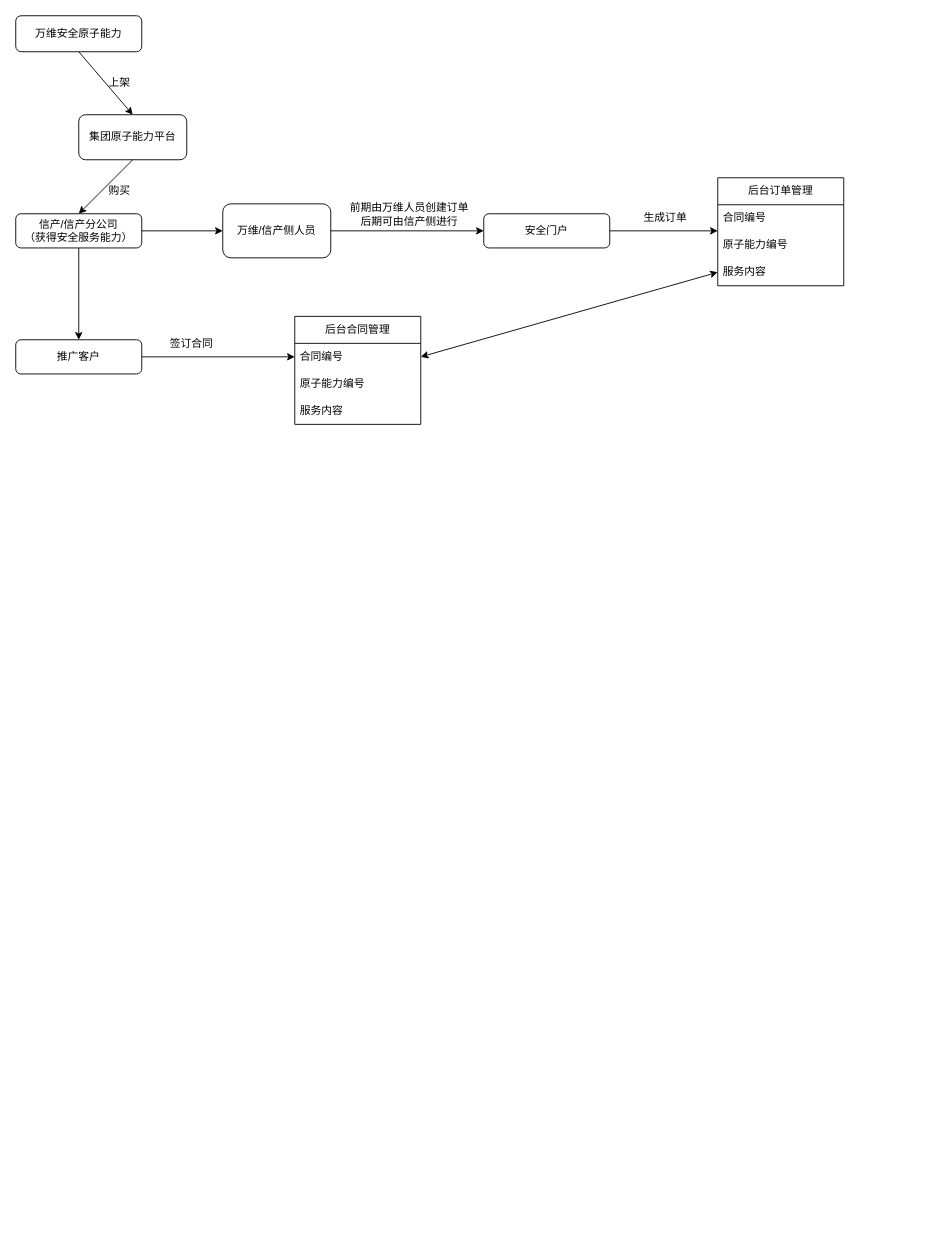
Earlier version of the draw.io diagram 流程图.drawio (LiuXiaHuu/lyb). Source tidied: cells renumbered, new cells numbered last; positions are measured from the earlier drawing's top-left corner, leaving out a move shared by most shapes. Both pictures are drawn from the tidied source at 90%, with x=0, y=0 at pixel (15, 15).
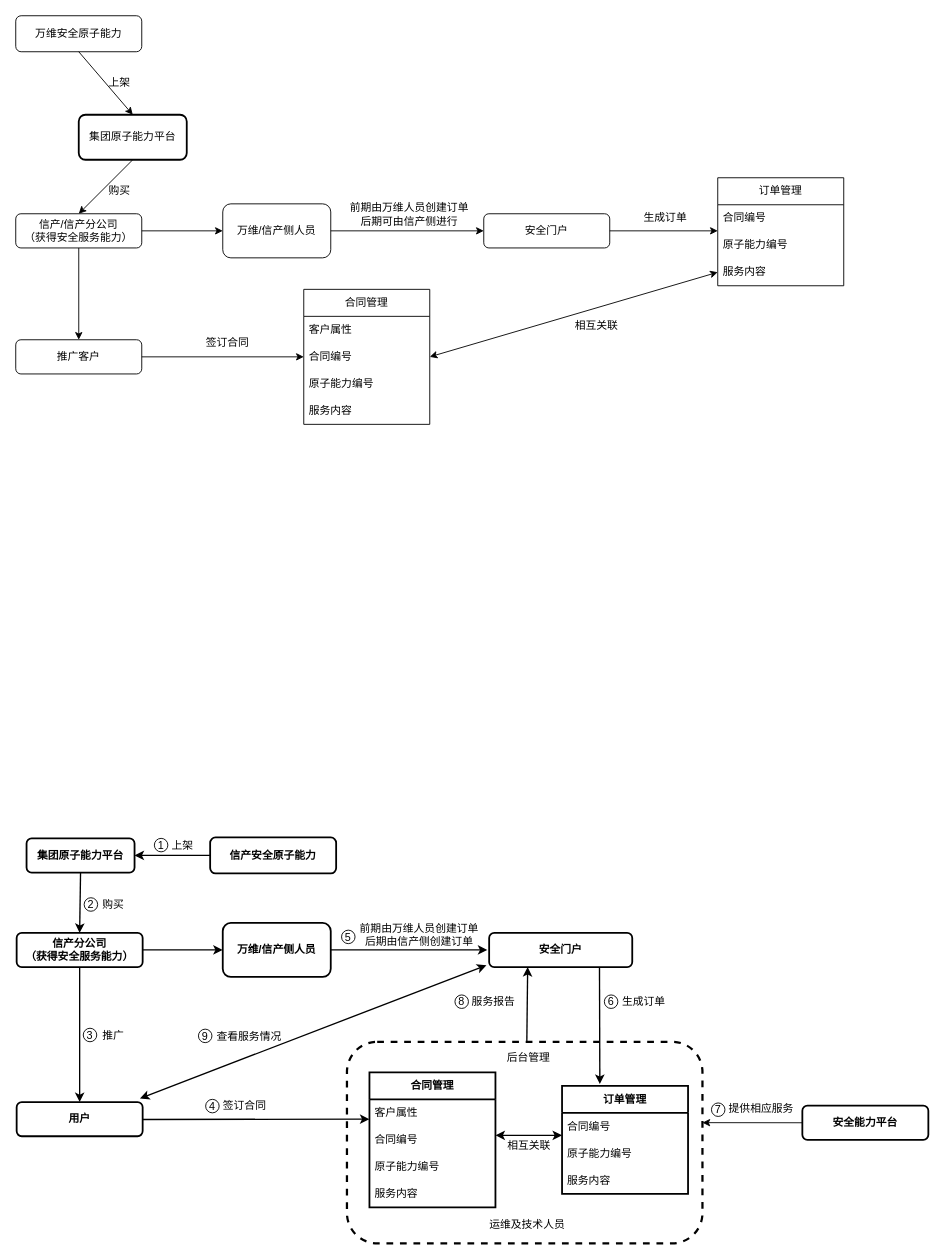
After the change.

Commit message:
更新流程图.drawio

Change to the diagram source:
```diff
@@
-    <mxCell id="2" value="集团原子能力平台" style="rounded=1;whiteSpace=wrap;html=1;" parent="1" vertex="1">
+    <mxCell id="2" value="集团原子能力平台" style="rounded=1;whiteSpace=wrap;html=1;strokeWidth=2;strokeColor=default;gradientColor=none;fillStyle=auto;" parent="1" vertex="1">
       <mxGeometry x="70" y="110" width="120" height="50" as="geometry" />
     </mxCell>
@@
-    <mxCell id="16" value="后台合同管理" style="swimlane;fontStyle=0;horizontal=1;startSize=30;whiteSpace=wrap;html=1;" parent="1" vertex="1">
-      <mxGeometry x="310" y="334" width="140" height="120" as="geometry" />
+    <mxCell id="16" value="合同管理" style="swimlane;fontStyle=0;horizontal=1;startSize=30;whiteSpace=wrap;html=1;" parent="1" vertex="1">
+      <mxGeometry x="320" y="304" width="140" height="150" as="geometry" />
     </mxCell>
+    <mxCell id="29" value="客户属性" style="text;strokeColor=none;fillColor=none;align=left;verticalAlign=middle;spacingLeft=4;spacingRight=4;overflow=hidden;whiteSpace=wrap;html=1;" parent="16" vertex="1">
+      <mxGeometry y="30" width="140" height="30" as="geometry" />
+    </mxCell>
     <mxCell id="17" value="合同编号" style="text;strokeColor=none;fillColor=none;align=left;verticalAlign=middle;spacingLeft=4;spacingRight=4;overflow=hidden;points=[[0,0.5],[1,0.5]];portConstraint=eastwest;whiteSpace=wrap;html=1;" parent="16" vertex="1">
-      <mxGeometry y="30" width="140" height="30" as="geometry" />
+      <mxGeometry y="60" width="140" height="30" as="geometry" />
     </mxCell>
     <mxCell id="18" value="原子能力编号" style="text;strokeColor=none;fillColor=none;align=left;verticalAlign=middle;spacingLeft=4;spacingRight=4;overflow=hidden;whiteSpace=wrap;html=1;" parent="16" vertex="1">
-      <mxGeometry y="60" width="140" height="30" as="geometry" />
+      <mxGeometry y="90" width="140" height="30" as="geometry" />
     </mxCell>
     <mxCell id="19" value="服务内容" style="text;strokeColor=none;fillColor=none;align=left;verticalAlign=middle;spacingLeft=4;spacingRight=4;overflow=hidden;whiteSpace=wrap;html=1;" parent="16" vertex="1">
-      <mxGeometry y="90" width="140" height="30" as="geometry" />
+      <mxGeometry y="120" width="140" height="30" as="geometry" />
     </mxCell>
     <mxCell id="20" value="签订合同" style="text;html=1;align=center;verticalAlign=middle;strokeColor=none;fillColor=none;" parent="1" vertex="1">
-      <mxGeometry x="160" y="350" width="70" height="30" as="geometry" />
+      <mxGeometry x="200" y="348" width="70" height="30" as="geometry" />
     </mxCell>
@@
-    <mxCell id="25" value="后台订单管理" style="swimlane;fontStyle=0;horizontal=1;startSize=30;whiteSpace=wrap;html=1;" parent="1" vertex="1">
+    <mxCell id="25" value="订单管理" style="swimlane;fontStyle=0;horizontal=1;startSize=30;whiteSpace=wrap;html=1;" parent="1" vertex="1">
       <mxGeometry x="780" y="180" width="140" height="120" as="geometry" />
     </mxCell>
@@
+    <mxCell id="30" value="相互关联" style="text;html=1;align=center;verticalAlign=middle;strokeColor=none;fillColor=none;" parent="1" vertex="1">
+      <mxGeometry x="610" y="330" width="70" height="30" as="geometry" />
+    </mxCell>
+    <mxCell id="31" value="&lt;b&gt;集团原子能力平台&lt;/b&gt;" style="rounded=1;whiteSpace=wrap;html=1;strokeWidth=2;strokeColor=default;gradientColor=none;fillStyle=auto;shadow=0;" parent="1" vertex="1">
+      <mxGeometry x="12" y="914" width="120" height="38" as="geometry" />
+    </mxCell>
+    <mxCell id="32" value="&lt;b&gt;信产安全原子能力&lt;/b&gt;" style="rounded=1;whiteSpace=wrap;html=1;strokeWidth=2;shadow=0;" parent="1" vertex="1">
+      <mxGeometry x="216" y="913" width="140" height="40" as="geometry" />
+    </mxCell>
+    <mxCell id="33" value="上架" style="text;html=1;align=center;verticalAlign=middle;strokeColor=none;fillColor=none;shadow=0;" parent="1" vertex="1">
+      <mxGeometry x="160" y="907" width="50" height="30" as="geometry" />
+    </mxCell>
+    <mxCell id="34" value="&lt;b&gt;信产分公司&lt;br&gt;（获得安全服务能力）&lt;/b&gt;" style="rounded=1;whiteSpace=wrap;html=1;strokeWidth=2;shadow=0;" parent="1" vertex="1">
+      <mxGeometry x="1" y="1019" width="140" height="38" as="geometry" />
+    </mxCell>
+    <mxCell id="35" style="endArrow=classic;html=1;rounded=0;entryX=0.5;entryY=0;entryDx=0;entryDy=0;exitX=0.5;exitY=1;exitDx=0;exitDy=0;strokeWidth=1.5;shadow=0;" parent="1" edge="1" source="31" target="34">
+      <mxGeometry relative="1" as="geometry" />
+    </mxCell>
+    <mxCell id="36" value="购买" style="text;html=1;align=center;verticalAlign=middle;strokeColor=none;fillColor=none;shadow=0;" parent="1" vertex="1">
+      <mxGeometry x="83" y="973" width="50" height="30" as="geometry" />
+    </mxCell>
+    <mxCell id="37" value="&lt;b&gt;安全门户&lt;/b&gt;" style="rounded=1;whiteSpace=wrap;html=1;strokeWidth=2;shadow=0;" parent="1" vertex="1">
+      <mxGeometry x="526" y="1019" width="159" height="38" as="geometry" />
+    </mxCell>
+    <mxCell id="38" value="&lt;b&gt;万维/信产侧人员&lt;/b&gt;" style="rounded=1;whiteSpace=wrap;html=1;strokeWidth=2;shadow=0;" parent="1" vertex="1">
+      <mxGeometry x="230" y="1008" width="120" height="60" as="geometry" />
+    </mxCell>
+    <mxCell id="39" style="endArrow=classic;html=1;rounded=0;entryX=0;entryY=0.5;entryDx=0;entryDy=0;exitX=1;exitY=0.5;exitDx=0;exitDy=0;strokeWidth=1.5;shadow=0;" parent="1" edge="1" source="38">
+      <mxGeometry relative="1" as="geometry">
+        <mxPoint x="524" y="1038" as="targetPoint" />
+      </mxGeometry>
+    </mxCell>
+    <mxCell id="40" value="前期由万维人员创建订单&lt;br style=&quot;border-color: var(--border-color);&quot;&gt;&lt;span style=&quot;&quot;&gt;后期由信产侧创建订单&lt;/span&gt;" style="text;html=1;align=center;verticalAlign=middle;strokeColor=none;fillColor=none;shadow=0;" parent="1" vertex="1">
+      <mxGeometry x="373" y="1000" width="150" height="41" as="geometry" />
+    </mxCell>
+    <mxCell id="41" value="&lt;b&gt;用户&lt;/b&gt;" style="rounded=1;whiteSpace=wrap;html=1;strokeWidth=2;shadow=0;" parent="1" vertex="1">
+      <mxGeometry x="1" y="1207" width="140" height="38" as="geometry" />
+    </mxCell>
+    <mxCell id="42" style="endArrow=classic;html=1;rounded=0;entryX=0.5;entryY=0;entryDx=0;entryDy=0;exitX=0.5;exitY=1;exitDx=0;exitDy=0;strokeWidth=1.5;shadow=0;" parent="1" edge="1" source="34" target="41">
+      <mxGeometry relative="1" as="geometry" />
+    </mxCell>
+    <mxCell id="43" value="签订合同" style="text;html=1;align=center;verticalAlign=middle;strokeColor=none;fillColor=none;shadow=0;" parent="1" vertex="1">
+      <mxGeometry x="219" y="1196" width="70" height="30" as="geometry" />
+    </mxCell>
+    <mxCell id="44" style="endArrow=classic;html=1;rounded=0;entryX=0;entryY=0.5;entryDx=0;entryDy=0;exitX=1;exitY=0.5;exitDx=0;exitDy=0;strokeWidth=1.5;shadow=0;" parent="1" edge="1" source="34" target="38">
+      <mxGeometry relative="1" as="geometry" />
+    </mxCell>
+    <mxCell id="45" value="生成订单" style="text;html=1;strokeColor=none;fillColor=none;align=center;verticalAlign=middle;whiteSpace=wrap;rounded=0;shadow=0;" parent="1" vertex="1">
+      <mxGeometry x="668" y="1081" width="60" height="30" as="geometry" />
+    </mxCell>
+    <mxCell id="46" style="rounded=1;whiteSpace=wrap;html=1;dashed=1;strokeWidth=2.5;shadow=0;" parent="1" vertex="1">
+      <mxGeometry x="368" y="1140" width="395" height="224" as="geometry" />
+    </mxCell>
+    <mxCell id="47" value="&lt;b&gt;合同管理&lt;/b&gt;" style="swimlane;fontStyle=0;horizontal=1;startSize=30;whiteSpace=wrap;html=1;strokeWidth=2;shadow=0;" parent="1" vertex="1">
+      <mxGeometry x="393" y="1174" width="140" height="150" as="geometry" />
+    </mxCell>
+    <mxCell id="48" value="客户属性" style="text;strokeColor=none;fillColor=none;align=left;verticalAlign=middle;spacingLeft=4;spacingRight=4;overflow=hidden;points=[[0,0.5],[1,0.5]];portConstraint=eastwest;whiteSpace=wrap;html=1;shadow=0;" parent="47" vertex="1">
+      <mxGeometry y="30" width="140" height="30" as="geometry" />
+    </mxCell>
+    <mxCell id="49" value="合同编号" style="text;strokeColor=none;fillColor=none;align=left;verticalAlign=middle;spacingLeft=4;spacingRight=4;overflow=hidden;whiteSpace=wrap;html=1;shadow=0;" parent="47" vertex="1">
+      <mxGeometry y="60" width="140" height="30" as="geometry" />
+    </mxCell>
+    <mxCell id="50" value="原子能力编号" style="text;strokeColor=none;fillColor=none;align=left;verticalAlign=middle;spacingLeft=4;spacingRight=4;overflow=hidden;whiteSpace=wrap;html=1;shadow=0;" parent="47" vertex="1">
+      <mxGeometry y="90" width="140" height="30" as="geometry" />
+    </mxCell>
+    <mxCell id="51" value="服务内容" style="text;strokeColor=none;fillColor=none;align=left;verticalAlign=middle;spacingLeft=4;spacingRight=4;overflow=hidden;whiteSpace=wrap;html=1;shadow=0;" parent="47" vertex="1">
+      <mxGeometry y="120" width="140" height="30" as="geometry" />
+    </mxCell>
+    <mxCell id="52" value="&lt;b&gt;订单管理&lt;/b&gt;" style="swimlane;fontStyle=0;horizontal=1;startSize=30;whiteSpace=wrap;html=1;strokeWidth=2;shadow=0;" parent="1" vertex="1">
+      <mxGeometry x="607" y="1189" width="140" height="120" as="geometry" />
+    </mxCell>
+    <mxCell id="53" value="合同编号" style="text;strokeColor=none;fillColor=none;align=left;verticalAlign=middle;spacingLeft=4;spacingRight=4;overflow=hidden;whiteSpace=wrap;html=1;shadow=0;" parent="52" vertex="1">
+      <mxGeometry y="30" width="140" height="30" as="geometry" />
+    </mxCell>
+    <mxCell id="54" value="原子能力编号" style="text;strokeColor=none;fillColor=none;align=left;verticalAlign=middle;spacingLeft=4;spacingRight=4;overflow=hidden;whiteSpace=wrap;html=1;shadow=0;" parent="52" vertex="1">
+      <mxGeometry y="60" width="140" height="30" as="geometry" />
+    </mxCell>
+    <mxCell id="55" value="服务内容" style="text;strokeColor=none;fillColor=none;align=left;verticalAlign=middle;spacingLeft=4;spacingRight=4;overflow=hidden;whiteSpace=wrap;html=1;shadow=0;" parent="52" vertex="1">
+      <mxGeometry y="90" width="140" height="30" as="geometry" />
+    </mxCell>
+    <mxCell id="56" value="相互关联" style="text;html=1;align=center;verticalAlign=middle;strokeColor=none;fillColor=none;shadow=0;" parent="1" vertex="1">
+      <mxGeometry x="537" y="1243" width="66" height="26" as="geometry" />
+    </mxCell>
+    <mxCell id="57" style="endArrow=classic;html=1;rounded=0;exitX=0.998;exitY=0.509;exitDx=0;exitDy=0;exitPerimeter=0;entryX=0;entryY=0.733;entryDx=0;entryDy=0;strokeWidth=1.5;shadow=0;entryPerimeter=0;" parent="1" edge="1" source="41" target="48">
+      <mxGeometry relative="1" as="geometry" />
+    </mxCell>
+    <mxCell id="58" style="endArrow=classic;html=1;rounded=0;entryX=1;entryY=0.5;entryDx=0;entryDy=0;exitX=0;exitY=0.5;exitDx=0;exitDy=0;strokeWidth=1.5;shadow=0;" parent="1" edge="1" source="32" target="31">
+      <mxGeometry relative="1" as="geometry" />
+    </mxCell>
+    <mxCell id="59" value="推广" style="text;html=1;align=center;verticalAlign=middle;strokeColor=none;fillColor=none;shadow=0;" parent="1" vertex="1">
+      <mxGeometry x="87" y="1120" width="42" height="26" as="geometry" />
+    </mxCell>
+    <mxCell id="60" value="&lt;b&gt;安全能力平台&lt;/b&gt;" style="rounded=1;whiteSpace=wrap;html=1;strokeWidth=2;shadow=0;" parent="1" vertex="1">
+      <mxGeometry x="874" y="1211" width="140" height="38" as="geometry" />
+    </mxCell>
+    <mxCell id="61" style="endArrow=classic;startArrow=classic;html=1;rounded=0;entryX=0;entryY=0.5;entryDx=0;entryDy=0;exitX=1;exitY=0.5;exitDx=0;exitDy=0;strokeWidth=1.5;shadow=0;" parent="1" edge="1">
+      <mxGeometry relative="1" as="geometry">
+        <mxPoint x="533" y="1244" as="sourcePoint" />
+        <mxPoint x="607" y="1244" as="targetPoint" />
+      </mxGeometry>
+    </mxCell>
+    <mxCell id="62" value="后台管理" style="text;html=1;strokeColor=none;fillColor=none;align=center;verticalAlign=middle;whiteSpace=wrap;rounded=0;shadow=0;" parent="1" vertex="1">
+      <mxGeometry x="540" y="1143" width="60" height="30" as="geometry" />
+    </mxCell>
+    <mxCell id="63" value="提供相应服务" style="text;html=1;align=center;verticalAlign=middle;strokeColor=none;fillColor=none;shadow=0;" parent="1" vertex="1">
+      <mxGeometry x="783" y="1202" width="90" height="26" as="geometry" />
+    </mxCell>
+    <mxCell id="64" style="endArrow=classic;html=1;rounded=0;entryX=0.3;entryY=-0.017;entryDx=0;entryDy=0;exitX=0.771;exitY=1.016;exitDx=0;exitDy=0;strokeWidth=1.5;shadow=0;entryPerimeter=0;exitPerimeter=0;" parent="1" edge="1" source="37" target="52">
+      <mxGeometry relative="1" as="geometry" />
+    </mxCell>
+    <mxCell id="65" style="endArrow=classic;html=1;rounded=0;entryX=0.25;entryY=1;entryDx=0;entryDy=0;strokeWidth=1.5;shadow=0;exitX=0.506;exitY=-0.004;exitDx=0;exitDy=0;exitPerimeter=0;" parent="1" edge="1" source="46">
+      <mxGeometry relative="1" as="geometry">
+        <mxPoint x="568.8" y="1057" as="targetPoint" />
+      </mxGeometry>
+    </mxCell>
+    <mxCell id="66" value="服务报告" style="text;html=1;strokeColor=none;fillColor=none;align=center;verticalAlign=middle;whiteSpace=wrap;rounded=0;shadow=0;" parent="1" vertex="1">
+      <mxGeometry x="501" y="1081" width="60" height="30" as="geometry" />
+    </mxCell>
+    <mxCell id="67" style="endArrow=classic;startArrow=classic;html=1;rounded=0;strokeWidth=1.5;" parent="1" edge="1">
+      <mxGeometry relative="1" as="geometry">
+        <mxPoint x="138" y="1203" as="sourcePoint" />
+        <mxPoint x="523" y="1055" as="targetPoint" />
+      </mxGeometry>
+    </mxCell>
+    <mxCell id="68" value="查看服务情况" style="text;html=1;align=center;verticalAlign=middle;strokeColor=none;fillColor=none;shadow=0;" parent="1" vertex="1">
+      <mxGeometry x="214" y="1121" width="90" height="26" as="geometry" />
+    </mxCell>
+    <mxCell id="69" value="1" style="ellipse;whiteSpace=wrap;html=1;" parent="1" vertex="1">
+      <mxGeometry x="154" y="914" width="15" height="15" as="geometry" />
+    </mxCell>
+    <mxCell id="70" value="2" style="ellipse;whiteSpace=wrap;html=1;" parent="1" vertex="1">
+      <mxGeometry x="76" y="980" width="15" height="15" as="geometry" />
+    </mxCell>
+    <mxCell id="71" value="3" style="ellipse;whiteSpace=wrap;html=1;" parent="1" vertex="1">
+      <mxGeometry x="75" y="1125" width="15" height="15" as="geometry" />
+    </mxCell>
+    <mxCell id="72" value="4" style="ellipse;whiteSpace=wrap;html=1;" parent="1" vertex="1">
+      <mxGeometry x="211" y="1204" width="15" height="15" as="geometry" />
+    </mxCell>
+    <mxCell id="73" value="5" style="ellipse;whiteSpace=wrap;html=1;" parent="1" vertex="1">
+      <mxGeometry x="362" y="1016" width="15" height="15" as="geometry" />
+    </mxCell>
+    <mxCell id="74" value="6" style="ellipse;whiteSpace=wrap;html=1;" parent="1" vertex="1">
+      <mxGeometry x="654" y="1088" width="15" height="15" as="geometry" />
+    </mxCell>
+    <mxCell id="75" value="8" style="ellipse;whiteSpace=wrap;html=1;" parent="1" vertex="1">
+      <mxGeometry x="488" y="1088" width="15" height="15" as="geometry" />
+    </mxCell>
+    <mxCell id="76" value="7" style="ellipse;whiteSpace=wrap;html=1;" parent="1" vertex="1">
+      <mxGeometry x="773" y="1208" width="15" height="15" as="geometry" />
+    </mxCell>
+    <mxCell id="77" value="9" style="ellipse;whiteSpace=wrap;html=1;" parent="1" vertex="1">
+      <mxGeometry x="203" y="1126" width="15" height="15" as="geometry" />
+    </mxCell>
+    <mxCell id="78" style="endArrow=classic;html=1;rounded=0;entryX=1;entryY=0.455;entryDx=0;entryDy=0;entryPerimeter=0;exitX=0;exitY=0.5;exitDx=0;exitDy=0;" parent="1" edge="1" source="60">
+      <mxGeometry relative="1" as="geometry">
+        <mxPoint x="763" y="1229.9" as="targetPoint" />
+      </mxGeometry>
+    </mxCell>
+    <mxCell id="79" value="运维及技术人员" style="text;html=1;align=center;verticalAlign=middle;strokeColor=none;fillColor=none;" parent="1" vertex="1">
+      <mxGeometry x="517" y="1330" width="102" height="26" as="geometry" />
+    </mxCell>
```
